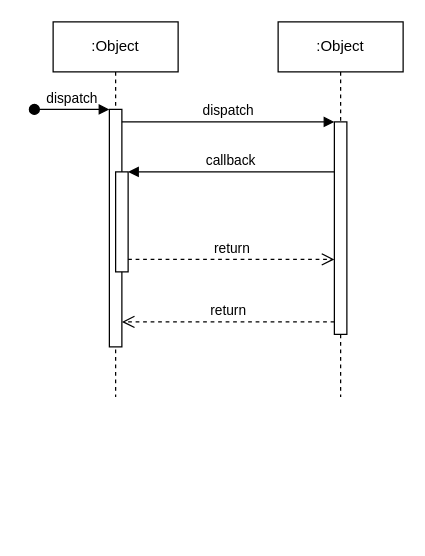
Earlier version of the draw.io diagram Untitled Diagram.drawio (mcqueenna/mcqueenna.github.io). Source tidied: cells renumbered, new cells numbered last; positions are measured from the earlier drawing's top-left corner, leaving out a move shared by most shapes. Both pictures are drawn from the tidied source at 125%, with x=0, y=0 at pixel (34, 21).
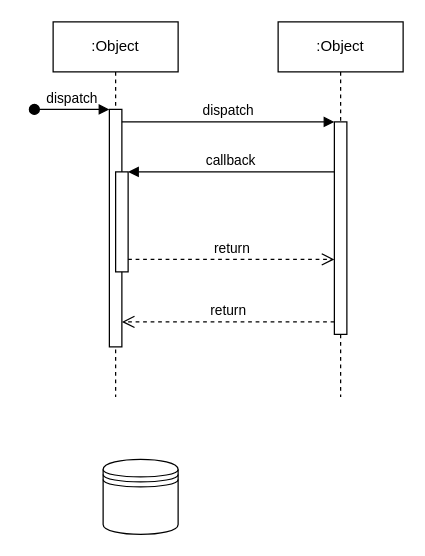
After the change.

What changed in the source:
```diff
@@
 <mxGraphModel>
   <root>
     <mxCell id="0" />
     <mxCell id="1" parent="0" />
     <mxCell id="2" value=":Object" style="shape=umlLifeline;perimeter=lifelinePerimeter;whiteSpace=wrap;html=1;newEdgeStyle={&quot;edgeStyle&quot;:&quot;elbowEdgeStyle&quot;,&quot;elbow&quot;:&quot;vertical&quot;,&quot;curved&quot;:0,&quot;rounded&quot;:0};" parent="1" vertex="1">
       <mxGeometry x="15" width="100" height="300" as="geometry" />
     </mxCell>
     <mxCell id="3" style="html=1;points=[];perimeter=orthogonalPerimeter;outlineConnect=0;targetShapes=umlLifeline;portConstraint=eastwest;newEdgeStyle={&quot;edgeStyle&quot;:&quot;elbowEdgeStyle&quot;,&quot;elbow&quot;:&quot;vertical&quot;,&quot;curved&quot;:0,&quot;rounded&quot;:0};" parent="2" vertex="1">
       <mxGeometry x="45" y="70" width="10" height="190" as="geometry" />
     </mxCell>
     <mxCell id="4" value="dispatch" style="html=1;verticalAlign=bottom;startArrow=oval;endArrow=block;startSize=8;edgeStyle=elbowEdgeStyle;elbow=vertical;curved=0;rounded=0;" parent="2" edge="1" target="3">
       <mxGeometry relative="1" as="geometry">
         <mxPoint x="-15" y="70" as="sourcePoint" />
       </mxGeometry>
     </mxCell>
     <mxCell id="5" style="html=1;points=[];perimeter=orthogonalPerimeter;outlineConnect=0;targetShapes=umlLifeline;portConstraint=eastwest;newEdgeStyle={&quot;edgeStyle&quot;:&quot;elbowEdgeStyle&quot;,&quot;elbow&quot;:&quot;vertical&quot;,&quot;curved&quot;:0,&quot;rounded&quot;:0};" parent="2" vertex="1">
       <mxGeometry x="50" y="120" width="10" height="80" as="geometry" />
     </mxCell>
     <mxCell id="6" value=":Object" style="shape=umlLifeline;perimeter=lifelinePerimeter;whiteSpace=wrap;html=1;newEdgeStyle={&quot;edgeStyle&quot;:&quot;elbowEdgeStyle&quot;,&quot;elbow&quot;:&quot;vertical&quot;,&quot;curved&quot;:0,&quot;rounded&quot;:0};" parent="1" vertex="1">
       <mxGeometry x="195" width="100" height="300" as="geometry" />
     </mxCell>
     <mxCell id="7" style="html=1;points=[];perimeter=orthogonalPerimeter;outlineConnect=0;targetShapes=umlLifeline;portConstraint=eastwest;newEdgeStyle={&quot;edgeStyle&quot;:&quot;elbowEdgeStyle&quot;,&quot;elbow&quot;:&quot;vertical&quot;,&quot;curved&quot;:0,&quot;rounded&quot;:0};" parent="6" vertex="1">
       <mxGeometry x="45" y="80" width="10" height="170" as="geometry" />
     </mxCell>
     <mxCell id="8" value="dispatch" style="html=1;verticalAlign=bottom;endArrow=block;edgeStyle=elbowEdgeStyle;elbow=vertical;curved=0;rounded=0;" parent="1" edge="1" source="3" target="7">
       <mxGeometry relative="1" as="geometry">
         <Array as="points">
           <mxPoint x="155" y="80" />
         </Array>
       </mxGeometry>
     </mxCell>
     <mxCell id="9" value="return" style="html=1;verticalAlign=bottom;endArrow=open;dashed=1;endSize=8;edgeStyle=elbowEdgeStyle;elbow=vertical;curved=0;rounded=0;" parent="1" edge="1" source="7" target="3">
       <mxGeometry relative="1" as="geometry">
         <Array as="points">
           <mxPoint x="165" y="240" />
         </Array>
       </mxGeometry>
     </mxCell>
     <mxCell id="10" value="callback" style="html=1;verticalAlign=bottom;endArrow=block;edgeStyle=elbowEdgeStyle;elbow=vertical;curved=0;rounded=0;" parent="1" edge="1" source="7" target="5">
       <mxGeometry relative="1" as="geometry">
         <Array as="points">
           <mxPoint x="165" y="120" />
         </Array>
       </mxGeometry>
     </mxCell>
     <mxCell id="11" value="return" style="html=1;verticalAlign=bottom;endArrow=open;dashed=1;endSize=8;edgeStyle=elbowEdgeStyle;elbow=vertical;curved=0;rounded=0;" parent="1" edge="1" source="5" target="7">
       <mxGeometry relative="1" as="geometry">
         <Array as="points">
           <mxPoint x="155" y="190" />
         </Array>
       </mxGeometry>
     </mxCell>
+    <mxCell id="12" style="shape=datastore;whiteSpace=wrap;html=1;" parent="1" vertex="1">
+      <mxGeometry x="55" y="350" width="60" height="60" as="geometry" />
+    </mxCell>
   </root>
 </mxGraphModel>
```
